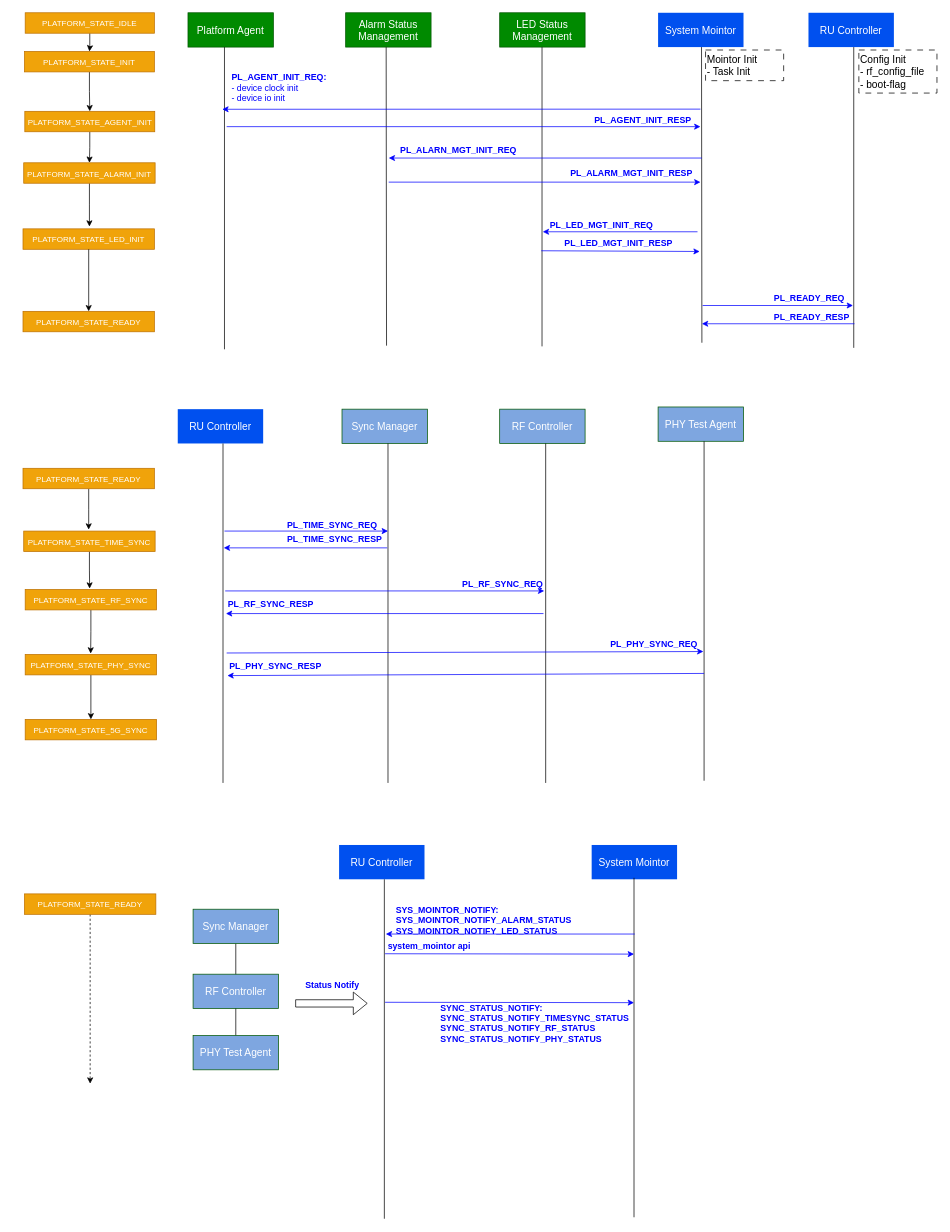
Earlier version of the draw.io diagram 未命名绘图.drawio (james1023/drawio). Source tidied: cells renumbered, new cells numbered last; positions are measured from the earlier drawing's top-left corner, leaving out a move shared by most shapes. Both pictures are drawn from the tidied source at 73%, with x=0, y=0 at pixel (23, 12).
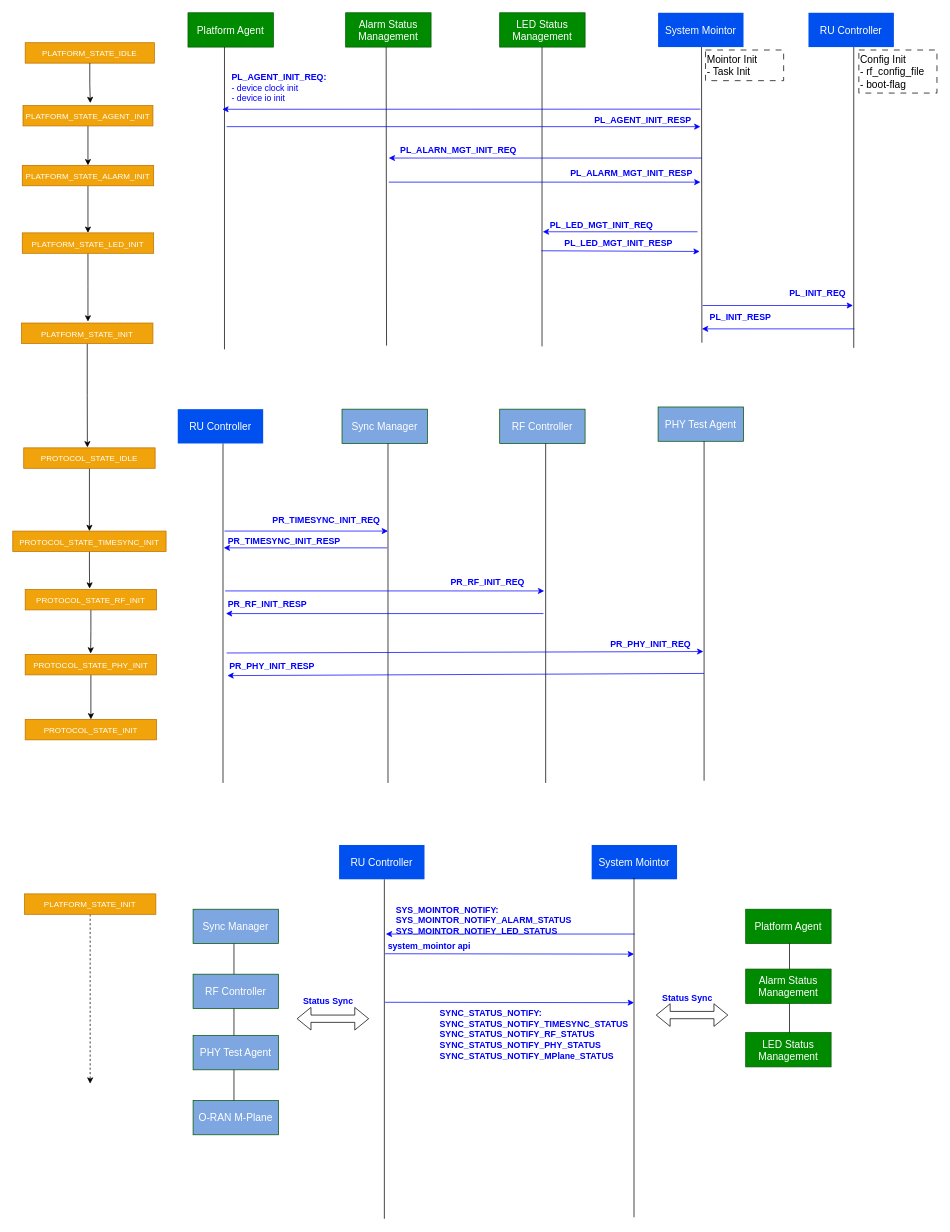
After the change.

Commit message:
更新未命名绘图.drawio

Unchanged cells that the change refers to:
```xml
<mxCell id="77" value="Sync Manager" style="rounded=0;whiteSpace=wrap;html=1;fillColor=#7EA6E0;fontColor=#ffffff;strokeColor=#005700;fontSize=14;" parent="1" vertex="1">
  <mxGeometry x="233" y="1228" width="117" height="47" as="geometry" />
</mxCell>
<mxCell id="79" value="PHY Test Agent" style="rounded=0;whiteSpace=wrap;html=1;fillColor=#7EA6E0;fontColor=#ffffff;strokeColor=#005700;fontSize=14;" parent="1" vertex="1">
  <mxGeometry x="233" y="1401" width="117" height="47" as="geometry" />
</mxCell>
```

What changed in the source:
```diff
@@
-    <mxCell id="2" style="endArrow=none;html=1;rounded=0;" parent="1" edge="1" source="79" target="77">
-      <mxGeometry relative="1" as="geometry" />
-    </mxCell>
+    <mxCell id="88" style="endArrow=none;html=1;rounded=0;" parent="1" edge="1">
+      <mxGeometry relative="1" as="geometry">
+        <mxPoint x="1050" y="1425" as="sourcePoint" />
+        <mxPoint x="1050" y="1230" as="targetPoint" />
+      </mxGeometry>
+    </mxCell>
+    <mxCell id="89" style="endArrow=none;html=1;rounded=0;" parent="1" edge="1">
+      <mxGeometry relative="1" as="geometry">
+        <mxPoint x="289" y="1523" as="sourcePoint" />
+        <mxPoint x="289" y="1273" as="targetPoint" />
+      </mxGeometry>
+    </mxCell>
@@
-    <mxCell id="10" style="edgeStyle=orthogonalEdgeStyle;rounded=0;jettySize=auto;html=1;exitX=0.5;exitY=1;exitDx=0;exitDy=0;entryX=0.5;entryY=0;entryDx=0;entryDy=0;" parent="1" edge="1" source="11" target="62">
-      <mxGeometry relative="1" as="geometry" />
-    </mxCell>
-    <mxCell id="11" value="&lt;font style=&quot;font-size: 11px;&quot;&gt;PLATFORM_STATE_INIT&lt;/font&gt;" style="rounded=0;whiteSpace=wrap;html=1;fillColor=#f0a30a;fontColor=#FFFFFF;strokeColor=#BD7000;fontSize=14;" parent="1" vertex="1">
-      <mxGeometry x="2" y="53" width="178" height="28" as="geometry" />
-    </mxCell>
-    <mxCell id="12" style="edgeStyle=orthogonalEdgeStyle;rounded=0;jettySize=auto;html=1;exitX=0.5;exitY=1;exitDx=0;exitDy=0;" parent="1" edge="1" source="13" target="11">
-      <mxGeometry relative="1" as="geometry" />
-    </mxCell>
     <mxCell id="13" value="&lt;font style=&quot;font-size: 11px;&quot;&gt;PLATFORM_STATE_IDLE&lt;/font&gt;" style="rounded=0;whiteSpace=wrap;html=1;fillColor=#f0a30a;fontColor=#FFFFFF;strokeColor=#BD7000;fontSize=14;" parent="1" vertex="1">
-      <mxGeometry x="3" width="177" height="28" as="geometry" />
+      <mxGeometry x="3" y="41" width="177" height="28" as="geometry" />
     </mxCell>
@@
-    <mxCell id="27" style="edgeStyle=orthogonalEdgeStyle;rounded=0;jettySize=auto;html=1;exitX=0.5;exitY=1;exitDx=0;exitDy=0;" parent="1" edge="1" source="28">
-      <mxGeometry relative="1" as="geometry">
-        <mxPoint x="91" y="292.9" as="targetPoint" />
-      </mxGeometry>
-    </mxCell>
+    <mxCell id="90" style="edgeStyle=orthogonalEdgeStyle;rounded=0;jettySize=auto;html=1;exitX=0.5;exitY=1;exitDx=0;exitDy=0;entryX=0.5;entryY=0;entryDx=0;entryDy=0;" parent="1" edge="1" source="28" target="29">
+      <mxGeometry relative="1" as="geometry" />
+    </mxCell>
     <mxCell id="28" value="&lt;font style=&quot;font-size: 11px;&quot;&gt;PLATFORM_STATE_ALARM_INIT&lt;/font&gt;" style="rounded=0;whiteSpace=wrap;html=1;fillColor=#f0a30a;fontColor=#FFFFFF;strokeColor=#BD7000;fontSize=14;" parent="1" vertex="1">
-      <mxGeometry x="1" y="205.5" width="180" height="28" as="geometry" />
+      <mxGeometry x="-1" y="209" width="180" height="28" as="geometry" />
     </mxCell>
+    <mxCell id="91" style="edgeStyle=orthogonalEdgeStyle;rounded=0;jettySize=auto;html=1;exitX=0.5;exitY=1;exitDx=0;exitDy=0;" parent="1" edge="1" source="29">
+      <mxGeometry relative="1" as="geometry">
+        <mxPoint x="89" y="423" as="targetPoint" />
+      </mxGeometry>
+    </mxCell>
     <mxCell id="29" value="&lt;font style=&quot;font-size: 11px;&quot;&gt;PLATFORM_STATE_LED_INIT&lt;/font&gt;" style="rounded=0;whiteSpace=wrap;html=1;fillColor=#f0a30a;fontColor=#FFFFFF;strokeColor=#BD7000;fontSize=14;" parent="1" vertex="1">
-      <mxGeometry y="296" width="180" height="28" as="geometry" />
+      <mxGeometry x="-1" y="301.5" width="180" height="28" as="geometry" />
     </mxCell>
@@
-    <mxCell id="32" value="&lt;font style=&quot;font-size: 11px;&quot;&gt;PLATFORM_STATE_TIME_SYNC&lt;/font&gt;" style="rounded=0;whiteSpace=wrap;html=1;fillColor=#f0a30a;fontColor=#FFFFFF;strokeColor=#BD7000;fontSize=14;" parent="1" vertex="1">
-      <mxGeometry x="1" y="710" width="180" height="28" as="geometry" />
+    <mxCell id="32" value="&lt;font style=&quot;font-size: 11px;&quot;&gt;PROTOCOL_STATE_TIMESYNC_INIT&lt;/font&gt;" style="rounded=0;whiteSpace=wrap;html=1;fillColor=#f0a30a;fontColor=#FFFFFF;strokeColor=#BD7000;fontSize=14;" parent="1" vertex="1">
+      <mxGeometry x="-14" y="710" width="210" height="28" as="geometry" />
     </mxCell>
@@
-    <mxCell id="35" value="PL_READY_REQ" style="text;strokeColor=none;fillColor=none;html=1;fontSize=12;fontStyle=1;verticalAlign=middle;align=left;fontColor=#0000FF;" parent="1" vertex="1">
-      <mxGeometry x="1027" y="384" width="106" height="14" as="geometry" />
+    <mxCell id="35" value="PL_INIT_REQ" style="text;strokeColor=none;fillColor=none;html=1;fontSize=12;fontStyle=1;verticalAlign=middle;align=left;fontColor=#0000FF;" parent="1" vertex="1">
+      <mxGeometry x="1048" y="378" width="106" height="14" as="geometry" />
     </mxCell>
     <mxCell id="36" style="endArrow=classic;html=1;rounded=0;strokeColor=#0000FF;" parent="1" edge="1">
       <mxGeometry relative="1" as="geometry">
-        <mxPoint x="1139" y="426" as="sourcePoint" />
-        <mxPoint x="930" y="426" as="targetPoint" />
+        <mxPoint x="1139" y="433" as="sourcePoint" />
+        <mxPoint x="930" y="433" as="targetPoint" />
       </mxGeometry>
     </mxCell>
-    <mxCell id="37" value="PL_READY_RESP" style="text;strokeColor=none;fillColor=none;html=1;fontSize=12;fontStyle=1;verticalAlign=middle;align=left;fontColor=#0000FF;" parent="1" vertex="1">
-      <mxGeometry x="1027" y="411" width="106" height="14" as="geometry" />
+    <mxCell id="37" value="PL_INIT_RESP" style="text;strokeColor=none;fillColor=none;html=1;fontSize=12;fontStyle=1;verticalAlign=middle;align=left;fontColor=#0000FF;" parent="1" vertex="1">
+      <mxGeometry x="939" y="411" width="106" height="14" as="geometry" />
     </mxCell>
@@
-    <mxCell id="48" value="PL_TIME_SYNC_REQ" style="text;strokeColor=none;fillColor=none;html=1;fontSize=12;fontStyle=1;verticalAlign=middle;align=left;fontColor=#0000FF;" parent="1" vertex="1">
-      <mxGeometry x="360" y="688" width="191" height="28" as="geometry" />
+    <mxCell id="48" value="PR_TIMESYNC_INIT_REQ" style="text;strokeColor=none;fillColor=none;html=1;fontSize=12;fontStyle=1;verticalAlign=middle;align=left;fontColor=#0000FF;" parent="1" vertex="1">
+      <mxGeometry x="340" y="682" width="191" height="28" as="geometry" />
     </mxCell>
-    <mxCell id="49" style="edgeStyle=orthogonalEdgeStyle;rounded=0;jettySize=auto;html=1;exitX=0.5;exitY=1;exitDx=0;exitDy=0;entryX=0.5;entryY=0;entryDx=0;entryDy=0;" parent="1" edge="1" source="29" target="50">
-      <mxGeometry relative="1" as="geometry" />
-    </mxCell>
+    <mxCell id="92" style="edgeStyle=orthogonalEdgeStyle;rounded=0;jettySize=auto;html=1;exitX=0.5;exitY=1;exitDx=0;exitDy=0;" parent="1" edge="1" source="50">
+      <mxGeometry relative="1" as="geometry">
+        <mxPoint x="88.2" y="595.4" as="targetPoint" />
+      </mxGeometry>
+    </mxCell>
-    <mxCell id="50" value="&lt;font style=&quot;font-size: 11px;&quot;&gt;PLATFORM_STATE_READY&lt;/font&gt;" style="rounded=0;whiteSpace=wrap;html=1;fillColor=#f0a30a;fontColor=#FFFFFF;strokeColor=#BD7000;fontSize=14;" parent="1" vertex="1">
-      <mxGeometry y="409" width="180" height="28" as="geometry" />
+    <mxCell id="50" value="&lt;font style=&quot;font-size: 11px;&quot;&gt;PLATFORM_STATE_INIT&lt;/font&gt;" style="rounded=0;whiteSpace=wrap;html=1;fillColor=#f0a30a;fontColor=#FFFFFF;strokeColor=#BD7000;fontSize=14;" parent="1" vertex="1">
+      <mxGeometry x="-2" y="425" width="180" height="28" as="geometry" />
     </mxCell>
@@
-    <mxCell id="52" value="PL_TIME_SYNC_RESP" style="text;strokeColor=none;fillColor=none;html=1;fontSize=12;fontStyle=1;verticalAlign=middle;align=left;fontColor=#0000FF;" parent="1" vertex="1">
-      <mxGeometry x="360" y="707" width="191" height="28" as="geometry" />
+    <mxCell id="52" value="PR_TIMESYNC_INIT_RESP" style="text;strokeColor=none;fillColor=none;html=1;fontSize=12;fontStyle=1;verticalAlign=middle;align=left;fontColor=#0000FF;" parent="1" vertex="1">
+      <mxGeometry x="279" y="710" width="191" height="28" as="geometry" />
     </mxCell>
@@
-    <mxCell id="54" value="PL_RF_SYNC_REQ" style="text;strokeColor=none;fillColor=none;html=1;fontSize=12;fontStyle=1;verticalAlign=middle;align=left;fontColor=#0000FF;" parent="1" vertex="1">
-      <mxGeometry x="600" y="775" width="114" height="15" as="geometry" />
+    <mxCell id="54" value="PR_RF_INIT_REQ" style="text;strokeColor=none;fillColor=none;html=1;fontSize=12;fontStyle=1;verticalAlign=middle;align=left;fontColor=#0000FF;" parent="1" vertex="1">
+      <mxGeometry x="584" y="773" width="114" height="15" as="geometry" />
     </mxCell>
@@
-    <mxCell id="56" value="PL_RF_SYNC_RESP" style="text;strokeColor=none;fillColor=none;html=1;fontSize=12;fontStyle=1;verticalAlign=middle;align=left;fontColor=#0000FF;" parent="1" vertex="1">
+    <mxCell id="56" value="PR_RF_INIT_RESP" style="text;strokeColor=none;fillColor=none;html=1;fontSize=12;fontStyle=1;verticalAlign=middle;align=left;fontColor=#0000FF;" parent="1" vertex="1">
       <mxGeometry x="279" y="796" width="191" height="28" as="geometry" />
     </mxCell>
@@
-    <mxCell id="58" value="&lt;font style=&quot;font-size: 11px;&quot;&gt;PLATFORM_STATE_RF_SYNC&lt;/font&gt;" style="rounded=0;whiteSpace=wrap;html=1;fillColor=#f0a30a;fontColor=#FFFFFF;strokeColor=#BD7000;fontSize=14;" parent="1" vertex="1">
+    <mxCell id="58" value="&lt;font style=&quot;font-size: 11px;&quot;&gt;PROTOCOL_STATE_RF_INIT&lt;/font&gt;" style="rounded=0;whiteSpace=wrap;html=1;fillColor=#f0a30a;fontColor=#FFFFFF;strokeColor=#BD7000;fontSize=14;" parent="1" vertex="1">
       <mxGeometry x="3" y="790" width="180" height="28" as="geometry" />
     </mxCell>
@@
-    <mxCell id="60" value="&lt;font style=&quot;font-size: 11px;&quot;&gt;PLATFORM_STATE_PHY_SYNC&lt;/font&gt;" style="rounded=0;whiteSpace=wrap;html=1;fillColor=#f0a30a;fontColor=#FFFFFF;strokeColor=#BD7000;fontSize=14;" parent="1" vertex="1">
+    <mxCell id="60" value="&lt;font style=&quot;font-size: 11px;&quot;&gt;PROTOCOL_STATE_PHY_INIT&lt;/font&gt;" style="rounded=0;whiteSpace=wrap;html=1;fillColor=#f0a30a;fontColor=#FFFFFF;strokeColor=#BD7000;fontSize=14;" parent="1" vertex="1">
       <mxGeometry x="3" y="879" width="180" height="28" as="geometry" />
     </mxCell>
@@
     <mxCell id="62" value="&lt;font style=&quot;font-size: 11px;&quot;&gt;PLATFORM_STATE_AGENT_INIT&lt;/font&gt;" style="rounded=0;whiteSpace=wrap;html=1;fillColor=#f0a30a;fontColor=#FFFFFF;strokeColor=#BD7000;fontSize=14;" parent="1" vertex="1">
-      <mxGeometry x="2.5" y="135" width="178" height="28" as="geometry" />
+      <mxGeometry y="127" width="178" height="28" as="geometry" />
     </mxCell>
@@
-    <mxCell id="66" value="PL_PHY_SYNC_REQ" style="text;strokeColor=none;fillColor=none;html=1;fontSize=12;fontStyle=1;verticalAlign=middle;align=left;fontColor=#0000FF;" parent="1" vertex="1">
+    <mxCell id="66" value="PR_PHY_INIT_REQ" style="text;strokeColor=none;fillColor=none;html=1;fontSize=12;fontStyle=1;verticalAlign=middle;align=left;fontColor=#0000FF;" parent="1" vertex="1">
       <mxGeometry x="803" y="851" width="191" height="28" as="geometry" />
     </mxCell>
@@
-    <mxCell id="68" value="PL_PHY_SYNC_RESP" style="text;strokeColor=none;fillColor=none;html=1;fontSize=12;fontStyle=1;verticalAlign=middle;align=left;fontColor=#0000FF;" parent="1" vertex="1">
+    <mxCell id="68" value="PR_PHY_INIT_RESP" style="text;strokeColor=none;fillColor=none;html=1;fontSize=12;fontStyle=1;verticalAlign=middle;align=left;fontColor=#0000FF;" parent="1" vertex="1">
       <mxGeometry x="281" y="881" width="191" height="28" as="geometry" />
     </mxCell>
-    <mxCell id="69" value="&lt;font style=&quot;font-size: 11px;&quot;&gt;PLATFORM_STATE_5G_SYNC&lt;/font&gt;" style="rounded=0;whiteSpace=wrap;html=1;fillColor=#f0a30a;fontColor=#FFFFFF;strokeColor=#BD7000;fontSize=14;" parent="1" vertex="1">
+    <mxCell id="69" value="&lt;font style=&quot;font-size: 11px;&quot;&gt;PROTOCOL_STATE_INIT&lt;/font&gt;" style="rounded=0;whiteSpace=wrap;html=1;fillColor=#f0a30a;fontColor=#FFFFFF;strokeColor=#BD7000;fontSize=14;" parent="1" vertex="1">
       <mxGeometry x="3" y="968" width="180" height="28" as="geometry" />
     </mxCell>
@@
-    <mxCell id="71" style="edgeStyle=orthogonalEdgeStyle;rounded=0;jettySize=auto;html=1;exitX=0.5;exitY=1;exitDx=0;exitDy=0;" parent="1" edge="1" source="72">
-      <mxGeometry relative="1" as="geometry">
-        <mxPoint x="90" y="708" as="targetPoint" />
-      </mxGeometry>
-    </mxCell>
+    <mxCell id="93" style="edgeStyle=orthogonalEdgeStyle;rounded=0;jettySize=auto;html=1;exitX=0.5;exitY=1;exitDx=0;exitDy=0;entryX=0.5;entryY=0;entryDx=0;entryDy=0;" parent="1" edge="1" source="72" target="32">
+      <mxGeometry relative="1" as="geometry" />
+    </mxCell>
-    <mxCell id="72" value="&lt;font style=&quot;font-size: 11px;&quot;&gt;PLATFORM_STATE_READY&lt;/font&gt;" style="rounded=0;whiteSpace=wrap;html=1;fillColor=#f0a30a;fontColor=#FFFFFF;strokeColor=#BD7000;fontSize=14;" parent="1" vertex="1">
-      <mxGeometry y="624" width="180" height="28" as="geometry" />
+    <mxCell id="72" value="&lt;font style=&quot;font-size: 11px;&quot;&gt;PROTOCOL_STATE_IDLE&lt;/font&gt;" style="rounded=0;whiteSpace=wrap;html=1;fillColor=#f0a30a;fontColor=#FFFFFF;strokeColor=#BD7000;fontSize=14;" parent="1" vertex="1">
+      <mxGeometry x="1" y="596" width="180" height="28" as="geometry" />
     </mxCell>
@@
-    <mxCell id="76" value="&lt;font style=&quot;font-size: 11px;&quot;&gt;PLATFORM_STATE_READY&lt;/font&gt;" style="rounded=0;whiteSpace=wrap;html=1;fillColor=#f0a30a;fontColor=#FFFFFF;strokeColor=#BD7000;fontSize=14;" parent="1" vertex="1">
+    <mxCell id="76" value="&lt;font style=&quot;font-size: 11px;&quot;&gt;PLATFORM_STATE_INIT&lt;/font&gt;" style="rounded=0;whiteSpace=wrap;html=1;fillColor=#f0a30a;fontColor=#FFFFFF;strokeColor=#BD7000;fontSize=14;" parent="1" vertex="1">
       <mxGeometry x="2" y="1207" width="180" height="28" as="geometry" />
     </mxCell>
@@
-    <mxCell id="81" style="shape=flexArrow;endArrow=classic;startArrow=none;html=1;rounded=0;startFill=0;" parent="1" edge="1">
+    <mxCell id="81" style="shape=flexArrow;endArrow=classic;startArrow=block;html=1;rounded=0;startFill=0;" parent="1" edge="1">
       <mxGeometry relative="1" as="geometry">
-        <mxPoint x="373" y="1357" as="sourcePoint" />
-        <mxPoint x="472" y="1357" as="targetPoint" />
+        <mxPoint x="375" y="1378" as="sourcePoint" />
+        <mxPoint x="474" y="1378" as="targetPoint" />
       </mxGeometry>
     </mxCell>
-    <mxCell id="82" value="Status Notify" style="text;strokeColor=none;fillColor=none;html=1;fontSize=12;fontStyle=1;verticalAlign=middle;align=left;fontColor=#0000FF;" parent="1" vertex="1">
-      <mxGeometry x="385" y="1319" width="93" height="28" as="geometry" />
+    <mxCell id="82" value="Status Sync" style="text;strokeColor=none;fillColor=none;html=1;fontSize=12;fontStyle=1;verticalAlign=middle;align=left;fontColor=#0000FF;" parent="1" vertex="1">
+      <mxGeometry x="382" y="1341" width="93" height="28" as="geometry" />
     </mxCell>
@@
-    <mxCell id="84" value="SYNC_STATUS_NOTIFY:&lt;div&gt;SYNC_STATUS_NOTIFY_TIMESYNC_STATUS&lt;/div&gt;&lt;div&gt;SYNC_STATUS_NOTIFY_RF_STATUS&lt;br&gt;SYNC_STATUS_NOTIFY_PHY_STATUS&lt;br&gt;&lt;div&gt;&lt;span style=&quot;color: rgba(0, 0, 0, 0); font-family: monospace; font-size: 0px; font-weight: 400;&quot;&gt;:%3CmxGraphModel%3E%3Croot%3E%3CmxCell%20id%3D%220%22%2F%3E%3CmxCell%20id%3D%221%22%20parent%3D%220%22%2F%3E%3CmxCell%20id%3D%222%22%20value%3D%22PL_ALARM_NOTIFY%22%20style%3D%22text%3BstrokeColor%3Dnone%3BfillColor%3Dnone%3Bhtml%3D1%3BfontSize%3D12%3BfontStyle%3D1%3BverticalAlign%3Dmiddle%3Balign%3Dleft%3BfontColor%3D%230000FF%3B%22%20vertex%3D%221%22%20parent%3D%221%22%3E%3CmxGeometry%20x%3D%22288%22%20y%3D%221036%22%20width%3D%22191%22%20height%3D%2228%22%20as%3D%22geometry%22%2F%3E%3C%2FmxCell%3E%3C%2Froot%3E%3C%2FmxGraphModelDDD%3&lt;/span&gt;&lt;/div&gt;&lt;/div&gt;" style="text;strokeColor=none;fillColor=none;html=1;fontSize=12;fontStyle=1;verticalAlign=middle;align=left;fontColor=#0000FF;" parent="1" vertex="1">
-      <mxGeometry x="570" y="1368" width="296" height="47" as="geometry" />
+    <mxCell id="84" value="SYNC_STATUS_NOTIFY:&lt;div&gt;SYNC_STATUS_NOTIFY_TIMESYNC_STATUS&lt;/div&gt;&lt;div&gt;SYNC_STATUS_NOTIFY_RF_STATUS&lt;br&gt;SYNC_STATUS_NOTIFY_PHY_STATUS&lt;/div&gt;&lt;div&gt;SYNC_STATUS_NOTIFY_MPlane_STATUS&lt;br&gt;&lt;div&gt;&lt;span style=&quot;color: rgba(0, 0, 0, 0); font-family: monospace; font-size: 0px; font-weight: 400;&quot;&gt;:%3CmxGraphModel%3E%3Croot%3E%3CmxCell%20id%3D%220%22%2F%3E%3CmxCell%20id%3D%221%22%20parent%3D%220%22%2F%3E%3CmxCell%20id%3D%222%22%20value%3D%22PL_ALARM_NOTIFY%22%20style%3D%22text%3BstrokeColor%3Dnone%3BfillColor%3Dnone%3Bhtml%3D1%3BfontSize%3D12%3BfontStyle%3D1%3BverticalAlign%3Dmiddle%3Balign%3Dleft%3BfontColor%3D%230000FF%3B%22%20vertex%3D%221%22%20parent%3D%221%22%3E%3CmxGeometry%20x%3D%22288%22%20y%3D%221036%22%20width%3D%22191%22%20height%3D%2228%22%20as%3D%22geometry%22%2F%3E%3C%2FmxCell%3E%3C%2Froot%3E%3C%2FmxGraphModelDDD%3&lt;/span&gt;&lt;/div&gt;&lt;/div&gt;" style="text;strokeColor=none;fillColor=none;html=1;fontSize=12;fontStyle=1;verticalAlign=middle;align=left;fontColor=#0000FF;" parent="1" vertex="1">
+      <mxGeometry x="569" y="1383" width="296" height="47" as="geometry" />
     </mxCell>
@@
+    <mxCell id="94" value="O-RAN M-Plane" style="rounded=0;whiteSpace=wrap;html=1;fillColor=#7EA6E0;fontColor=#ffffff;strokeColor=#005700;fontSize=14;" parent="1" vertex="1">
+      <mxGeometry x="233" y="1490" width="117" height="47" as="geometry" />
+    </mxCell>
+    <mxCell id="95" value="LED Status Management" style="rounded=0;whiteSpace=wrap;html=1;fillColor=#008a00;fontColor=#ffffff;strokeColor=#005700;fontSize=14;" parent="1" vertex="1">
+      <mxGeometry x="990" y="1397" width="117" height="47" as="geometry" />
+    </mxCell>
+    <mxCell id="96" value="Alarm Status Management" style="rounded=0;whiteSpace=wrap;html=1;fillColor=#008a00;fontColor=#ffffff;strokeColor=#005700;fontSize=14;" parent="1" vertex="1">
+      <mxGeometry x="990" y="1310" width="117" height="47" as="geometry" />
+    </mxCell>
+    <mxCell id="97" value="Platform Agent" style="rounded=0;whiteSpace=wrap;html=1;fillColor=#008a00;fontColor=#ffffff;strokeColor=#005700;fontSize=14;" parent="1" vertex="1">
+      <mxGeometry x="990" y="1228" width="117" height="47" as="geometry" />
+    </mxCell>
+    <mxCell id="98" style="shape=flexArrow;endArrow=classic;startArrow=block;html=1;rounded=0;startFill=0;" parent="1" edge="1">
+      <mxGeometry relative="1" as="geometry">
+        <mxPoint x="867" y="1373" as="sourcePoint" />
+        <mxPoint x="966" y="1373" as="targetPoint" />
+      </mxGeometry>
+    </mxCell>
+    <mxCell id="99" value="Status Sync" style="text;strokeColor=none;fillColor=none;html=1;fontSize=12;fontStyle=1;verticalAlign=middle;align=left;fontColor=#0000FF;" parent="1" vertex="1">
+      <mxGeometry x="874" y="1336" width="93" height="28" as="geometry" />
+    </mxCell>
+    <mxCell id="100" style="edgeStyle=orthogonalEdgeStyle;rounded=0;jettySize=auto;html=1;exitX=0.5;exitY=1;exitDx=0;exitDy=0;entryX=0.518;entryY=-0.117;entryDx=0;entryDy=0;entryPerimeter=0;" parent="1" edge="1" source="13" target="62">
+      <mxGeometry relative="1" as="geometry" />
+    </mxCell>
```
